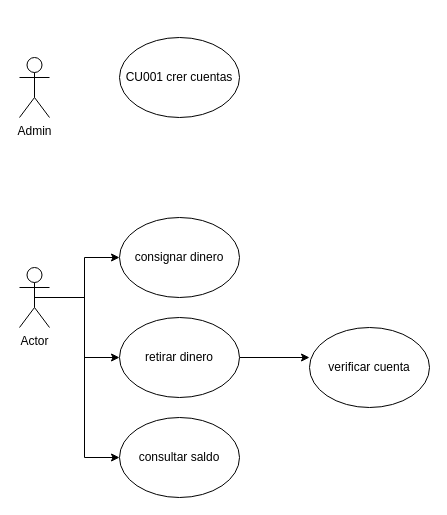
art0rio/Grupo88c2_eider keeps this draw.io diagram as Untitled Diagram.drawio. Above is the earlier version. Source tidied: cells renumbered, new cells numbered last; positions are measured from the earlier drawing's top-left corner, leaving out a move shared by most shapes. Both pictures are drawn from the tidied source at 100%, with x=0, y=0 at pixel (19, 37).
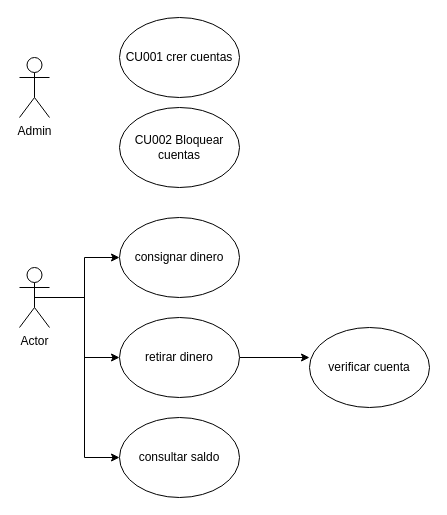
Above is the later version.

Change to the diagram source:
```diff
@@
 <mxGraphModel>
   <root>
     <mxCell id="0" />
     <mxCell id="1" parent="0" />
     <mxCell id="2" style="edgeStyle=orthogonalEdgeStyle;rounded=0;jettySize=auto;html=1;exitX=0.5;exitY=0.5;exitDx=0;exitDy=0;exitPerimeter=0;" parent="1" edge="1" source="5" target="6">
       <mxGeometry relative="1" as="geometry" />
     </mxCell>
     <mxCell id="3" style="edgeStyle=orthogonalEdgeStyle;rounded=0;jettySize=auto;html=1;exitX=0.5;exitY=0.5;exitDx=0;exitDy=0;exitPerimeter=0;" parent="1" edge="1" source="5" target="8">
       <mxGeometry relative="1" as="geometry" />
     </mxCell>
     <mxCell id="4" style="edgeStyle=orthogonalEdgeStyle;rounded=0;jettySize=auto;html=1;exitX=0.5;exitY=0.5;exitDx=0;exitDy=0;exitPerimeter=0;entryX=0;entryY=0.5;entryDx=0;entryDy=0;" parent="1" edge="1" source="5" target="9">
       <mxGeometry relative="1" as="geometry" />
     </mxCell>
     <mxCell id="5" value="Actor" style="shape=umlActor;verticalLabelPosition=bottom;verticalAlign=top;html=1;outlineConnect=0;" parent="1" vertex="1">
       <mxGeometry y="230" width="30" height="60" as="geometry" />
     </mxCell>
     <mxCell id="6" value="consignar dinero" style="ellipse;whiteSpace=wrap;html=1;" parent="1" vertex="1">
       <mxGeometry x="100" y="180" width="120" height="80" as="geometry" />
     </mxCell>
     <mxCell id="7" style="edgeStyle=orthogonalEdgeStyle;rounded=0;jettySize=auto;html=1;exitX=1;exitY=0.5;exitDx=0;exitDy=0;entryX=0;entryY=0.375;entryDx=0;entryDy=0;entryPerimeter=0;" parent="1" edge="1" source="8" target="10">
       <mxGeometry relative="1" as="geometry" />
     </mxCell>
     <mxCell id="8" value="retirar dinero" style="ellipse;whiteSpace=wrap;html=1;" parent="1" vertex="1">
       <mxGeometry x="100" y="280" width="120" height="80" as="geometry" />
     </mxCell>
     <mxCell id="9" value="consultar saldo" style="ellipse;whiteSpace=wrap;html=1;" parent="1" vertex="1">
       <mxGeometry x="100" y="380" width="120" height="80" as="geometry" />
     </mxCell>
     <mxCell id="10" value="verificar cuenta" style="ellipse;whiteSpace=wrap;html=1;" parent="1" vertex="1">
       <mxGeometry x="290" y="290" width="120" height="80" as="geometry" />
     </mxCell>
     <mxCell id="11" value="Admin&lt;br&gt;" style="shape=umlActor;verticalLabelPosition=bottom;verticalAlign=top;html=1;" parent="1" vertex="1">
       <mxGeometry y="20" width="30" height="60" as="geometry" />
     </mxCell>
     <mxCell id="12" value="CU001 crer cuentas" style="ellipse;whiteSpace=wrap;html=1;" parent="1" vertex="1">
-      <mxGeometry x="100" width="120" height="80" as="geometry" />
+      <mxGeometry x="100" y="-20" width="120" height="80" as="geometry" />
     </mxCell>
+    <mxCell id="13" value="CU002 Bloquear cuentas" style="ellipse;whiteSpace=wrap;html=1;" parent="1" vertex="1">
+      <mxGeometry x="100" y="70" width="120" height="80" as="geometry" />
+    </mxCell>
   </root>
 </mxGraphModel>
```
